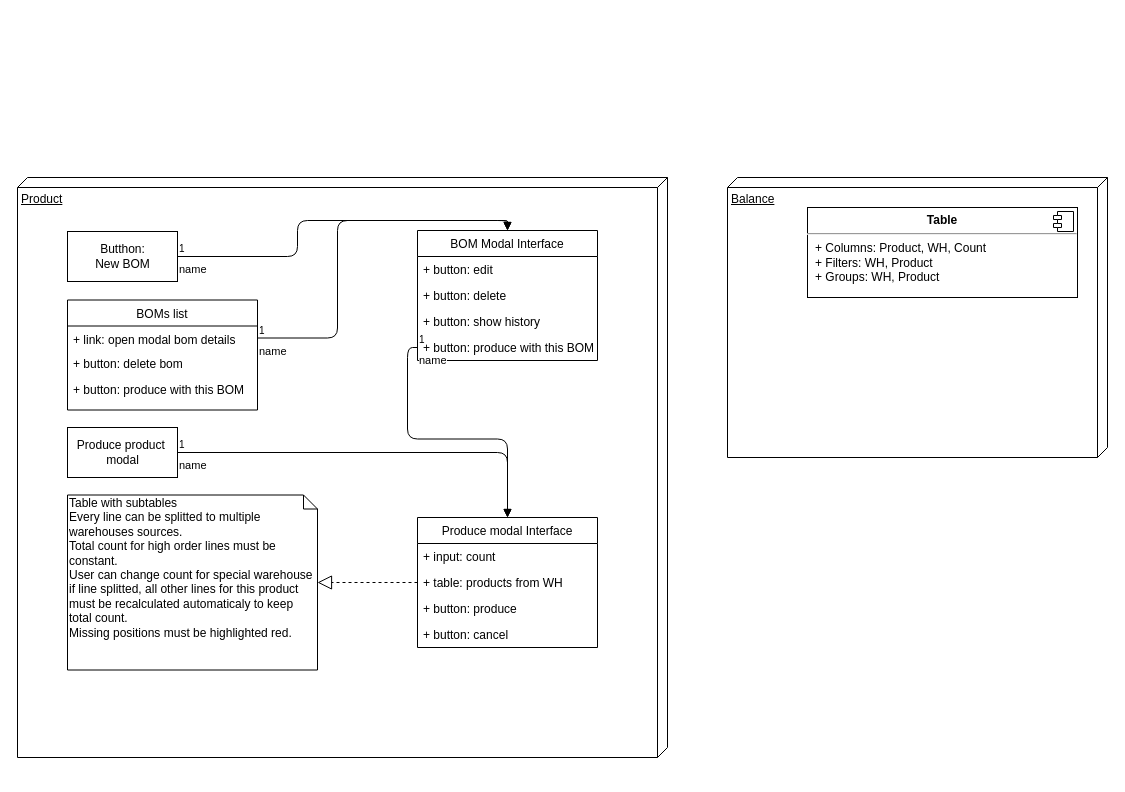
The draw.io diagram Views Diagram.drawio in Flawless/whm, before the edit. Source tidied: cells renumbered, new cells numbered last; positions are measured from the earlier drawing's top-left corner, leaving out a move shared by most shapes. Both pictures are drawn from the tidied source at 100%, with x=0, y=0 at pixel (17, 177).
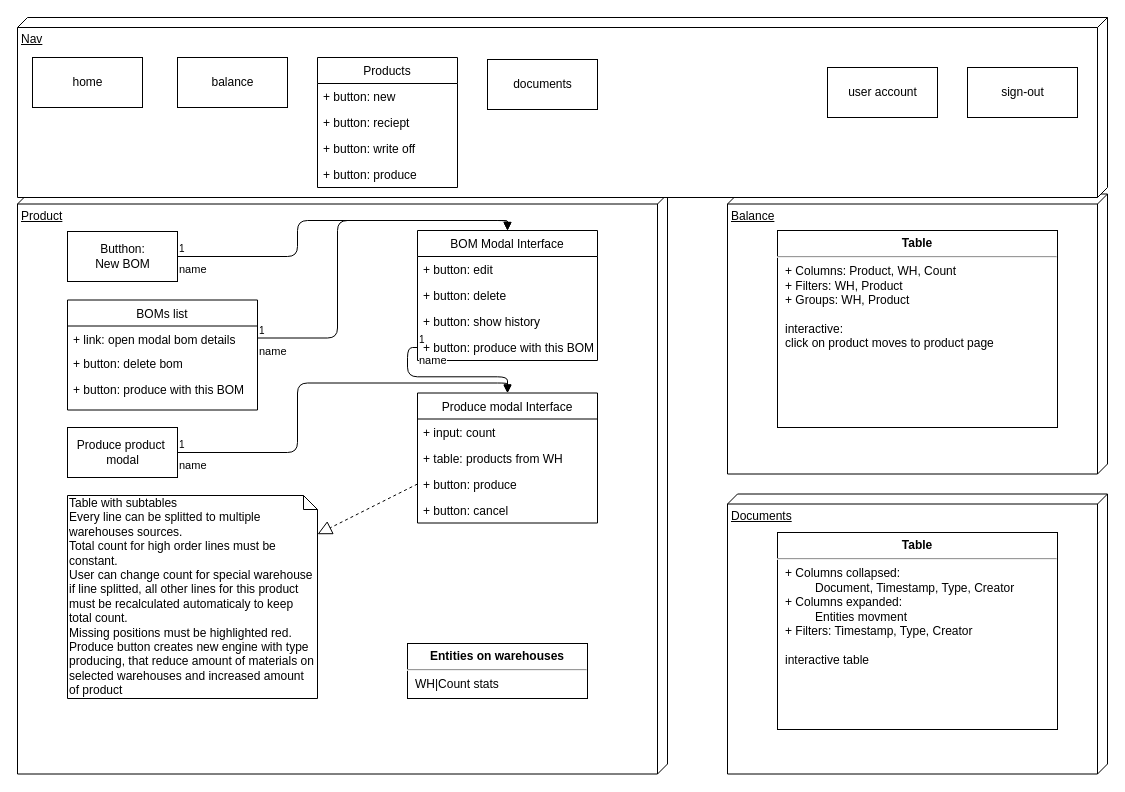
Above is the later version.

Commit message:
Added nav and documents(Engines) pages

The change refers to these unchanged cells:
```xml
<mxCell id="23" value="+ table: products from WH" style="text;strokeColor=none;fillColor=none;align=left;verticalAlign=top;spacingLeft=4;spacingRight=4;overflow=hidden;points=[[0,0.5],[1,0.5]];portConstraint=eastwest;" parent="21" vertex="1">
  <mxGeometry y="52" width="180" height="26" as="geometry" />
</mxCell>
<mxCell id="24" value="+ button: produce" style="text;strokeColor=none;fillColor=none;align=left;verticalAlign=top;spacingLeft=4;spacingRight=4;overflow=hidden;points=[[0,0.5],[1,0.5]];portConstraint=eastwest;" parent="21" vertex="1">
  <mxGeometry y="78" width="180" height="26" as="geometry" />
</mxCell>
```

The edit, as a diff of the source:
```diff
@@
     <mxCell id="2" value="Product" style="verticalAlign=top;align=left;spacingTop=8;spacingLeft=2;spacingRight=12;shape=cube;size=10;direction=south;fontStyle=4;html=1;" parent="1" vertex="1">
-      <mxGeometry width="650" height="580" as="geometry" />
+      <mxGeometry y="16.5" width="650" height="580" as="geometry" />
     </mxCell>
     <mxCell id="3" value="Balance" style="verticalAlign=top;align=left;spacingTop=8;spacingLeft=2;spacingRight=12;shape=cube;size=10;direction=south;fontStyle=4;html=1;" parent="1" vertex="1">
-      <mxGeometry x="710" width="380" height="280" as="geometry" />
+      <mxGeometry x="710" y="16.5" width="380" height="280" as="geometry" />
     </mxCell>
-    <mxCell id="4" value="&lt;p style=&quot;margin: 0px ; margin-top: 6px ; text-align: center&quot;&gt;&lt;b&gt;Table&lt;/b&gt;&lt;/p&gt;&lt;hr&gt;&lt;p style=&quot;margin: 0px ; margin-left: 8px&quot;&gt;+ Columns: Product, WH, Count&lt;/p&gt;&lt;p style=&quot;margin: 0px ; margin-left: 8px&quot;&gt;+ Filters: WH, Product&lt;br&gt;&lt;/p&gt;&lt;p style=&quot;margin: 0px ; margin-left: 8px&quot;&gt;+ Groups: WH, Product&lt;/p&gt;" style="align=left;overflow=fill;html=1;" parent="1" vertex="1">
-      <mxGeometry x="790" y="30" width="270" height="90" as="geometry" />
+    <mxCell id="4" value="&lt;p style=&quot;margin: 0px ; margin-top: 6px ; text-align: center&quot;&gt;&lt;b&gt;Table&lt;/b&gt;&lt;/p&gt;&lt;hr&gt;&lt;p style=&quot;margin: 0px ; margin-left: 8px&quot;&gt;+ Columns: Product, WH, Count&lt;/p&gt;&lt;p style=&quot;margin: 0px ; margin-left: 8px&quot;&gt;+ Filters: WH, Product&lt;br&gt;&lt;/p&gt;&lt;p style=&quot;margin: 0px ; margin-left: 8px&quot;&gt;+ Groups: WH, Product&lt;/p&gt;&lt;p style=&quot;margin: 0px ; margin-left: 8px&quot;&gt;&lt;br&gt;&lt;/p&gt;&lt;p style=&quot;margin: 0px ; margin-left: 8px&quot;&gt;interactive:&lt;/p&gt;&lt;p style=&quot;margin: 0px ; margin-left: 8px&quot;&gt;click on product moves to product page&lt;/p&gt;" style="align=left;overflow=fill;html=1;" parent="1" vertex="1">
+      <mxGeometry x="760" y="53" width="280" height="197" as="geometry" />
     </mxCell>
-    <mxCell id="5" style="shape=component;jettyWidth=8;jettyHeight=4;" parent="4" vertex="1">
-      <mxGeometry x="1" width="20" height="20" relative="1" as="geometry">
-        <mxPoint x="-24" y="4" as="offset" />
-      </mxGeometry>
-    </mxCell>
@@
     <mxCell id="21" value="Produce modal Interface" style="swimlane;fontStyle=0;horizontal=1;startSize=26;fillColor=none;" parent="1" vertex="1">
-      <mxGeometry x="400" y="340" width="180" height="130" as="geometry" />
+      <mxGeometry x="400" y="215.5" width="180" height="130" as="geometry" />
     </mxCell>
@@
-    <mxCell id="30" value="Table with subtables&lt;br&gt;Every line can be splitted to multiple warehouses sources.&lt;br&gt;Total count for high order lines must be constant.&lt;br&gt;User can change count for special warehouse if line splitted, all other lines for this product must be recalculated automaticaly to keep total count.&lt;br&gt;Missing positions must be highlighted red.&lt;br&gt;" style="shape=note;whiteSpace=wrap;html=1;size=14;verticalAlign=top;align=left;spacingTop=-6;" parent="1" vertex="1">
-      <mxGeometry x="50" y="317.5" width="250" height="175" as="geometry" />
+    <mxCell id="30" value="Table with subtables&lt;br&gt;Every line can be splitted to multiple warehouses sources.&lt;br&gt;Total count for high order lines must be constant.&lt;br&gt;User can change count for special warehouse if line splitted, all other lines for this product must be recalculated automaticaly to keep total count.&lt;br&gt;Missing positions must be highlighted red.&lt;br&gt;Produce button creates new engine with type producing, that reduce amount of materials on selected warehouses and increased amount of product&lt;br&gt;" style="shape=note;whiteSpace=wrap;html=1;size=14;verticalAlign=top;align=left;spacingTop=-6;" parent="1" vertex="1">
+      <mxGeometry x="50" y="318" width="250" height="203" as="geometry" />
     </mxCell>
-    <mxCell id="31" style="endArrow=block;dashed=1;endFill=0;endSize=12;html=1;" parent="1" edge="1" source="23" target="30">
+    <mxCell id="31" style="endArrow=block;dashed=1;endFill=0;endSize=12;html=1;exitX=0;exitY=0.5;exitDx=0;exitDy=0;" parent="1" edge="1" source="24" target="30">
       <mxGeometry relative="1" as="geometry" />
     </mxCell>
+    <mxCell id="32" value="Nav" style="verticalAlign=top;align=left;spacingTop=8;spacingLeft=2;spacingRight=12;shape=cube;size=10;direction=south;fontStyle=4;html=1;" parent="1" vertex="1">
+      <mxGeometry y="-160" width="1090" height="180" as="geometry" />
+    </mxCell>
+    <mxCell id="33" value="home" style="html=1;" parent="1" vertex="1">
+      <mxGeometry x="15" y="-120" width="110" height="50" as="geometry" />
+    </mxCell>
+    <mxCell id="34" value="Products" style="swimlane;fontStyle=0;horizontal=1;startSize=26;fillColor=none;" parent="1" vertex="1">
+      <mxGeometry x="300" y="-120" width="140" height="130" as="geometry" />
+    </mxCell>
+    <mxCell id="35" value="+ button: new" style="text;strokeColor=none;fillColor=none;align=left;verticalAlign=top;spacingLeft=4;spacingRight=4;overflow=hidden;" parent="34" vertex="1">
+      <mxGeometry y="26" width="140" height="26" as="geometry" />
+    </mxCell>
+    <mxCell id="36" value="+ button: reciept" style="text;strokeColor=none;fillColor=none;align=left;verticalAlign=top;spacingLeft=4;spacingRight=4;overflow=hidden;" parent="34" vertex="1">
+      <mxGeometry y="52" width="140" height="26" as="geometry" />
+    </mxCell>
+    <mxCell id="37" value="+ button: write off" style="text;strokeColor=none;fillColor=none;align=left;verticalAlign=top;spacingLeft=4;spacingRight=4;overflow=hidden;" parent="34" vertex="1">
+      <mxGeometry y="78" width="140" height="26" as="geometry" />
+    </mxCell>
+    <mxCell id="38" value="+ button: produce" style="text;strokeColor=none;fillColor=none;align=left;verticalAlign=top;spacingLeft=4;spacingRight=4;overflow=hidden;" parent="34" vertex="1">
+      <mxGeometry y="104" width="140" height="26" as="geometry" />
+    </mxCell>
+    <mxCell id="39" value="balance" style="html=1;" parent="1" vertex="1">
+      <mxGeometry x="160" y="-120" width="110" height="50" as="geometry" />
+    </mxCell>
+    <mxCell id="40" value="sign-out" style="html=1;" parent="1" vertex="1">
+      <mxGeometry x="950" y="-110" width="110" height="50" as="geometry" />
+    </mxCell>
+    <mxCell id="41" value="user account" style="html=1;" parent="1" vertex="1">
+      <mxGeometry x="810" y="-110" width="110" height="50" as="geometry" />
+    </mxCell>
+    <mxCell id="42" value="documents" style="html=1;" parent="1" vertex="1">
+      <mxGeometry x="470" y="-118" width="110" height="50" as="geometry" />
+    </mxCell>
+    <mxCell id="43" value="Documents" style="verticalAlign=top;align=left;spacingTop=8;spacingLeft=2;spacingRight=12;shape=cube;size=10;direction=south;fontStyle=4;html=1;" parent="1" vertex="1">
+      <mxGeometry x="710" y="316.5" width="380" height="280" as="geometry" />
+    </mxCell>
+    <mxCell id="44" value="&lt;p style=&quot;margin: 0px ; margin-top: 6px ; text-align: center&quot;&gt;&lt;b&gt;Table&lt;/b&gt;&lt;/p&gt;&lt;hr&gt;&lt;p style=&quot;margin: 0px ; margin-left: 8px&quot;&gt;+ Columns collapsed:&amp;nbsp;&lt;/p&gt;&lt;p style=&quot;margin: 0px ; margin-left: 8px&quot;&gt;&amp;nbsp; &amp;nbsp; &amp;nbsp; &amp;nbsp; &amp;nbsp;Document, Timestamp, Type, Creator&lt;/p&gt;&lt;p style=&quot;margin: 0px ; margin-left: 8px&quot;&gt;&lt;span&gt;+ Columns expanded:&lt;/span&gt;&lt;/p&gt;&lt;p style=&quot;margin: 0px ; margin-left: 8px&quot;&gt;&lt;span&gt;&amp;nbsp; &amp;nbsp; &amp;nbsp; &amp;nbsp; &amp;nbsp;Entities movment&amp;nbsp;&lt;/span&gt;&lt;/p&gt;&lt;p style=&quot;margin: 0px ; margin-left: 8px&quot;&gt;&lt;span&gt;+ Filters: Timestamp, Type, Creator&lt;/span&gt;&lt;/p&gt;&lt;p style=&quot;margin: 0px ; margin-left: 8px&quot;&gt;&lt;span&gt;&lt;br&gt;&lt;/span&gt;&lt;/p&gt;&lt;p style=&quot;margin: 0px ; margin-left: 8px&quot;&gt;&lt;span&gt;interactive table&lt;/span&gt;&lt;/p&gt;" style="align=left;overflow=fill;html=1;" parent="1" vertex="1">
+      <mxGeometry x="760" y="355" width="280" height="197" as="geometry" />
+    </mxCell>
+    <mxCell id="45" value="&lt;p style=&quot;margin: 0px ; margin-top: 6px ; text-align: center&quot;&gt;&lt;b&gt;Entities on warehouses&lt;/b&gt;&lt;/p&gt;&lt;hr&gt;&lt;p style=&quot;margin: 0px ; margin-left: 8px&quot;&gt;WH|Count stats&lt;/p&gt;" style="align=left;overflow=fill;html=1;" parent="1" vertex="1">
+      <mxGeometry x="390" y="466" width="180" height="55" as="geometry" />
+    </mxCell>
```
